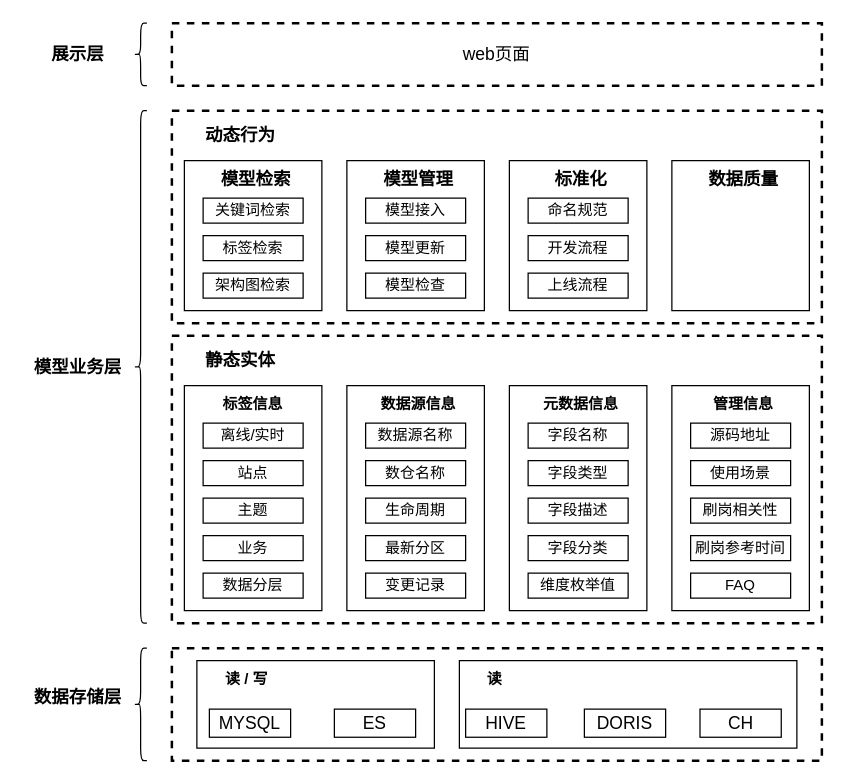
huang-chh/draw keeps this draw.io diagram as page "业务架构" (7 of 7) of demo01/数据地图.drawio. Above is the earlier version. Source tidied: cells renumbered, new cells numbered last; positions are measured from the earlier drawing's top-left corner, leaving out a move shared by most shapes. Both pictures are drawn from the tidied source at 125%, with x=0, y=0 at pixel (21, 22).
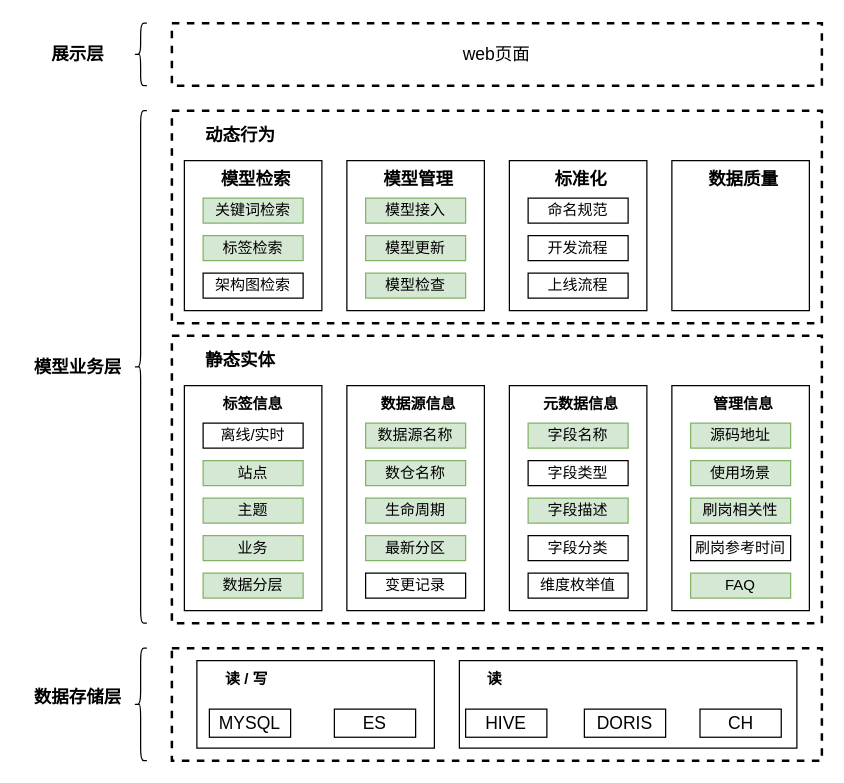
Above is the later version.

Commit message:
更新数据地图.drawio

Change to the diagram source:
```diff
@@
-    <mxCell id="10" value="站点" style="rounded=0;whiteSpace=wrap;html=1;strokeWidth=1;" parent="1" vertex="1">
+    <mxCell id="10" value="站点" style="rounded=0;whiteSpace=wrap;html=1;strokeWidth=1;fillColor=#d5e8d4;strokeColor=#82b366;" parent="1" vertex="1">
       <mxGeometry x="145" y="350" width="80" height="20" as="geometry" />
     </mxCell>
-    <mxCell id="11" value="主题" style="rounded=0;whiteSpace=wrap;html=1;strokeWidth=1;" parent="1" vertex="1">
+    <mxCell id="11" value="主题" style="rounded=0;whiteSpace=wrap;html=1;strokeWidth=1;fillColor=#d5e8d4;strokeColor=#82b366;" parent="1" vertex="1">
       <mxGeometry x="145" y="380" width="80" height="20" as="geometry" />
     </mxCell>
-    <mxCell id="12" value="业务" style="rounded=0;whiteSpace=wrap;html=1;strokeWidth=1;" parent="1" vertex="1">
+    <mxCell id="12" value="业务" style="rounded=0;whiteSpace=wrap;html=1;strokeWidth=1;fillColor=#d5e8d4;strokeColor=#82b366;" parent="1" vertex="1">
       <mxGeometry x="145" y="410" width="80" height="20" as="geometry" />
     </mxCell>
-    <mxCell id="13" value="数据分层" style="rounded=0;whiteSpace=wrap;html=1;strokeWidth=1;" parent="1" vertex="1">
+    <mxCell id="13" value="数据分层" style="rounded=0;whiteSpace=wrap;html=1;strokeWidth=1;fillColor=#d5e8d4;strokeColor=#82b366;" parent="1" vertex="1">
       <mxGeometry x="145" y="440" width="80" height="20" as="geometry" />
     </mxCell>
@@
-    <mxCell id="16" value="数据源名称" style="rounded=0;whiteSpace=wrap;html=1;strokeWidth=1;" parent="1" vertex="1">
+    <mxCell id="16" value="数据源名称" style="rounded=0;whiteSpace=wrap;html=1;strokeWidth=1;fillColor=#d5e8d4;strokeColor=#82b366;" parent="1" vertex="1">
       <mxGeometry x="275" y="320" width="80" height="20" as="geometry" />
     </mxCell>
-    <mxCell id="17" value="数仓名称" style="rounded=0;whiteSpace=wrap;html=1;strokeWidth=1;" parent="1" vertex="1">
+    <mxCell id="17" value="数仓名称" style="rounded=0;whiteSpace=wrap;html=1;strokeWidth=1;fillColor=#d5e8d4;strokeColor=#82b366;" parent="1" vertex="1">
       <mxGeometry x="275" y="350" width="80" height="20" as="geometry" />
     </mxCell>
-    <mxCell id="18" value="生命周期" style="rounded=0;whiteSpace=wrap;html=1;strokeWidth=1;" parent="1" vertex="1">
+    <mxCell id="18" value="生命周期" style="rounded=0;whiteSpace=wrap;html=1;strokeWidth=1;fillColor=#d5e8d4;strokeColor=#82b366;" parent="1" vertex="1">
       <mxGeometry x="275" y="380" width="80" height="20" as="geometry" />
     </mxCell>
@@
-    <mxCell id="21" value="源码地址" style="rounded=0;whiteSpace=wrap;html=1;strokeWidth=1;" parent="1" vertex="1">
+    <mxCell id="21" value="源码地址" style="rounded=0;whiteSpace=wrap;html=1;strokeWidth=1;fillColor=#d5e8d4;strokeColor=#82b366;" parent="1" vertex="1">
       <mxGeometry x="535" y="320" width="80" height="20" as="geometry" />
     </mxCell>
-    <mxCell id="22" value="使用场景" style="rounded=0;whiteSpace=wrap;html=1;strokeWidth=1;" parent="1" vertex="1">
+    <mxCell id="22" value="使用场景" style="rounded=0;whiteSpace=wrap;html=1;strokeWidth=1;fillColor=#d5e8d4;strokeColor=#82b366;" parent="1" vertex="1">
       <mxGeometry x="535" y="350" width="80" height="20" as="geometry" />
     </mxCell>
-    <mxCell id="23" value="刷岗相关性" style="rounded=0;whiteSpace=wrap;html=1;strokeWidth=1;" parent="1" vertex="1">
+    <mxCell id="23" value="刷岗相关性" style="rounded=0;whiteSpace=wrap;html=1;strokeWidth=1;fillColor=#d5e8d4;strokeColor=#82b366;" parent="1" vertex="1">
       <mxGeometry x="535" y="380" width="80" height="20" as="geometry" />
     </mxCell>
@@
-    <mxCell id="27" value="字段名称" style="rounded=0;whiteSpace=wrap;html=1;strokeWidth=1;" parent="1" vertex="1">
+    <mxCell id="27" value="字段名称" style="rounded=0;whiteSpace=wrap;html=1;strokeWidth=1;fillColor=#d5e8d4;strokeColor=#82b366;" parent="1" vertex="1">
       <mxGeometry x="405" y="320" width="80" height="20" as="geometry" />
     </mxCell>
@@
-    <mxCell id="29" value="字段描述" style="rounded=0;whiteSpace=wrap;html=1;strokeWidth=1;" parent="1" vertex="1">
+    <mxCell id="29" value="字段描述" style="rounded=0;whiteSpace=wrap;html=1;strokeWidth=1;fillColor=#d5e8d4;strokeColor=#82b366;" parent="1" vertex="1">
       <mxGeometry x="405" y="380" width="80" height="20" as="geometry" />
     </mxCell>
@@
-    <mxCell id="32" value="FAQ" style="rounded=0;whiteSpace=wrap;html=1;strokeWidth=1;" parent="1" vertex="1">
+    <mxCell id="32" value="FAQ" style="rounded=0;whiteSpace=wrap;html=1;strokeWidth=1;fillColor=#d5e8d4;strokeColor=#82b366;" parent="1" vertex="1">
       <mxGeometry x="535" y="440" width="80" height="20" as="geometry" />
     </mxCell>
-    <mxCell id="33" value="最新分区" style="rounded=0;whiteSpace=wrap;html=1;strokeWidth=1;" parent="1" vertex="1">
+    <mxCell id="33" value="最新分区" style="rounded=0;whiteSpace=wrap;html=1;strokeWidth=1;fillColor=#d5e8d4;strokeColor=#82b366;" parent="1" vertex="1">
       <mxGeometry x="275" y="410" width="80" height="20" as="geometry" />
     </mxCell>
@@
-    <mxCell id="38" value="关键词检索" style="rounded=0;whiteSpace=wrap;html=1;strokeWidth=1;" parent="1" vertex="1">
+    <mxCell id="38" value="关键词检索" style="rounded=0;whiteSpace=wrap;html=1;strokeWidth=1;fillColor=#d5e8d4;strokeColor=#82b366;" parent="1" vertex="1">
       <mxGeometry x="145" y="140" width="80" height="20" as="geometry" />
     </mxCell>
-    <mxCell id="39" value="标签检索" style="rounded=0;whiteSpace=wrap;html=1;strokeWidth=1;" parent="1" vertex="1">
+    <mxCell id="39" value="标签检索" style="rounded=0;whiteSpace=wrap;html=1;strokeWidth=1;fillColor=#d5e8d4;strokeColor=#82b366;" parent="1" vertex="1">
       <mxGeometry x="145" y="170" width="80" height="20" as="geometry" />
     </mxCell>
@@
-    <mxCell id="43" value="模型接入" style="rounded=0;whiteSpace=wrap;html=1;strokeWidth=1;" parent="1" vertex="1">
+    <mxCell id="43" value="模型接入" style="rounded=0;whiteSpace=wrap;html=1;strokeWidth=1;fillColor=#d5e8d4;strokeColor=#82b366;" parent="1" vertex="1">
       <mxGeometry x="275" y="140" width="80" height="20" as="geometry" />
     </mxCell>
-    <mxCell id="44" value="模型更新" style="rounded=0;whiteSpace=wrap;html=1;strokeWidth=1;" parent="1" vertex="1">
+    <mxCell id="44" value="模型更新" style="rounded=0;whiteSpace=wrap;html=1;strokeWidth=1;fillColor=#d5e8d4;strokeColor=#82b366;" parent="1" vertex="1">
       <mxGeometry x="275" y="170" width="80" height="20" as="geometry" />
     </mxCell>
-    <mxCell id="45" value="模型检查" style="rounded=0;whiteSpace=wrap;html=1;strokeWidth=1;" parent="1" vertex="1">
+    <mxCell id="45" value="模型检查" style="rounded=0;whiteSpace=wrap;html=1;strokeWidth=1;fillColor=#d5e8d4;strokeColor=#82b366;" parent="1" vertex="1">
       <mxGeometry x="275" y="200" width="80" height="20" as="geometry" />
     </mxCell>
```
